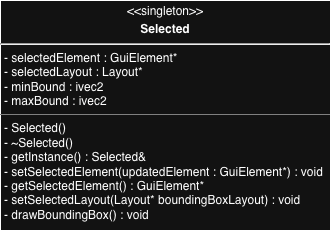
Above: images/Selected_UML.png in cgreen2048/ArtHuddle (draw.io), before the change. Source tidied: cells renumbered, new cells last; positions are measured from the earlier drawing's top-left corner, leaving out a move shared by most shapes.
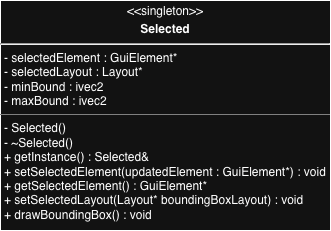
The same diagram one commit later.

Commit message:
fixed selected uml

The edit, as a diff of the source:
```diff
@@ -2,7 +2,7 @@
   <root>
     <mxCell id="0" />
     <mxCell id="1" parent="0" />
-    <mxCell id="2" value="&lt;p style=&quot;margin:0px;margin-top:4px;text-align:center;&quot;&gt;&amp;lt;&amp;lt;singleton&amp;gt;&amp;gt;&lt;/p&gt;&lt;p style=&quot;margin:0px;margin-top:4px;text-align:center;&quot;&gt;&lt;b&gt;Selected&lt;/b&gt;&lt;/p&gt;&lt;hr&gt;&lt;p style=&quot;margin:0px;margin-left:4px;&quot;&gt;- selectedElement :&amp;nbsp;&lt;span style=&quot;background-color: transparent; color: light-dark(rgb(0, 0, 0), rgb(255, 255, 255));&quot;&gt;GuiElement*&lt;/span&gt;&lt;/p&gt;&lt;p style=&quot;margin:0px;margin-left:4px;&quot;&gt;- selectedLayout :&amp;nbsp;&lt;span style=&quot;background-color: transparent; color: light-dark(rgb(0, 0, 0), rgb(255, 255, 255));&quot;&gt;Layout*&lt;/span&gt;&lt;/p&gt;&lt;p style=&quot;margin:0px;margin-left:4px;&quot;&gt;- minBound :&amp;nbsp;&lt;span style=&quot;background-color: transparent; color: light-dark(rgb(0, 0, 0), rgb(255, 255, 255));&quot;&gt;ivec2&lt;/span&gt;&lt;/p&gt;&lt;p style=&quot;margin:0px;margin-left:4px;&quot;&gt;- maxBound : ivec2&lt;/p&gt;&lt;hr size=&quot;1&quot; style=&quot;border-style:solid;&quot;&gt;&lt;p style=&quot;margin:0px;margin-left:4px;&quot;&gt;- Selected()&lt;/p&gt;&lt;p style=&quot;margin:0px;margin-left:4px;&quot;&gt;- ~Selected()&lt;/p&gt;&lt;p style=&quot;margin:0px;margin-left:4px;&quot;&gt;- getInstance() :&amp;nbsp;&lt;span style=&quot;background-color: transparent; color: light-dark(rgb(0, 0, 0), rgb(255, 255, 255));&quot;&gt;Selected&amp;amp;&lt;/span&gt;&lt;/p&gt;&lt;p style=&quot;margin:0px;margin-left:4px;&quot;&gt;- setSelectedElement(updatedElement :&amp;nbsp;&lt;span style=&quot;background-color: transparent; color: light-dark(rgb(0, 0, 0), rgb(255, 255, 255));&quot;&gt;GuiElement*&lt;/span&gt;&lt;span style=&quot;background-color: transparent; color: light-dark(rgb(0, 0, 0), rgb(255, 255, 255));&quot;&gt;) : void&lt;/span&gt;&lt;/p&gt;&lt;p style=&quot;margin:0px;margin-left:4px;&quot;&gt;- getSelectedElement() : GuiElement*&lt;/p&gt;&lt;p style=&quot;margin:0px;margin-left:4px;&quot;&gt;- setSelectedLayout(Layout* boundingBoxLayout) : void&lt;/p&gt;&lt;p style=&quot;margin:0px;margin-left:4px;&quot;&gt;&lt;span style=&quot;background-color: transparent;&quot;&gt;&lt;/span&gt;&lt;/p&gt;&lt;p style=&quot;margin:0px;margin-left:4px;&quot;&gt;- drawBoundingBox() : void&lt;/p&gt;" style="verticalAlign=top;align=left;overflow=fill;html=1;whiteSpace=wrap;" parent="1" vertex="1">
+    <mxCell id="2" value="&lt;p style=&quot;margin:0px;margin-top:4px;text-align:center;&quot;&gt;&amp;lt;&amp;lt;singleton&amp;gt;&amp;gt;&lt;/p&gt;&lt;p style=&quot;margin:0px;margin-top:4px;text-align:center;&quot;&gt;&lt;b&gt;Selected&lt;/b&gt;&lt;/p&gt;&lt;hr&gt;&lt;p style=&quot;margin:0px;margin-left:4px;&quot;&gt;- selectedElement :&amp;nbsp;&lt;span style=&quot;background-color: transparent; color: light-dark(rgb(0, 0, 0), rgb(255, 255, 255));&quot;&gt;GuiElement*&lt;/span&gt;&lt;/p&gt;&lt;p style=&quot;margin:0px;margin-left:4px;&quot;&gt;- selectedLayout :&amp;nbsp;&lt;span style=&quot;background-color: transparent; color: light-dark(rgb(0, 0, 0), rgb(255, 255, 255));&quot;&gt;Layout*&lt;/span&gt;&lt;/p&gt;&lt;p style=&quot;margin:0px;margin-left:4px;&quot;&gt;- minBound :&amp;nbsp;&lt;span style=&quot;background-color: transparent; color: light-dark(rgb(0, 0, 0), rgb(255, 255, 255));&quot;&gt;ivec2&lt;/span&gt;&lt;/p&gt;&lt;p style=&quot;margin:0px;margin-left:4px;&quot;&gt;- maxBound : ivec2&lt;/p&gt;&lt;hr size=&quot;1&quot; style=&quot;border-style:solid;&quot;&gt;&lt;p style=&quot;margin:0px;margin-left:4px;&quot;&gt;- Selected()&lt;/p&gt;&lt;p style=&quot;margin:0px;margin-left:4px;&quot;&gt;- ~Selected()&lt;/p&gt;&lt;p style=&quot;margin:0px;margin-left:4px;&quot;&gt;+ getInstance() :&amp;nbsp;&lt;span style=&quot;background-color: transparent; color: light-dark(rgb(0, 0, 0), rgb(255, 255, 255));&quot;&gt;Selected&amp;amp;&lt;/span&gt;&lt;/p&gt;&lt;p style=&quot;margin:0px;margin-left:4px;&quot;&gt;+ setSelectedElement(updatedElement :&amp;nbsp;&lt;span style=&quot;background-color: transparent; color: light-dark(rgb(0, 0, 0), rgb(255, 255, 255));&quot;&gt;GuiElement*&lt;/span&gt;&lt;span style=&quot;background-color: transparent; color: light-dark(rgb(0, 0, 0), rgb(255, 255, 255));&quot;&gt;) : void&lt;/span&gt;&lt;/p&gt;&lt;p style=&quot;margin:0px;margin-left:4px;&quot;&gt;+ getSelectedElement() : GuiElement*&lt;/p&gt;&lt;p style=&quot;margin:0px;margin-left:4px;&quot;&gt;+ setSelectedLayout(Layout* boundingBoxLayout) : void&lt;/p&gt;&lt;p style=&quot;margin:0px;margin-left:4px;&quot;&gt;&lt;span style=&quot;background-color: transparent;&quot;&gt;&lt;/span&gt;&lt;/p&gt;&lt;p style=&quot;margin:0px;margin-left:4px;&quot;&gt;+ drawBoundingBox() : void&lt;/p&gt;" style="verticalAlign=top;align=left;overflow=fill;html=1;whiteSpace=wrap;" parent="1" vertex="1">
       <mxGeometry width="330" height="230" as="geometry" />
     </mxCell>
   </root>
```
